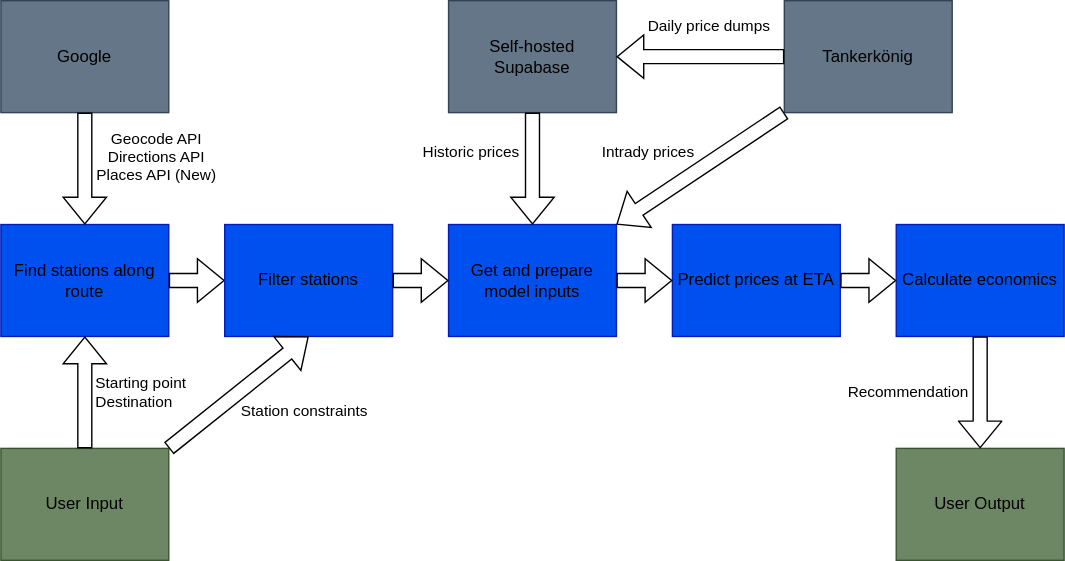
Above: structure_graphs/light_theme_workflow.drawio.svg in momade02/ds_project_main (draw.io), before the change. Source tidied: cells renumbered, new cells last; positions are measured from the earlier drawing's top-left corner, leaving out a move shared by most shapes.
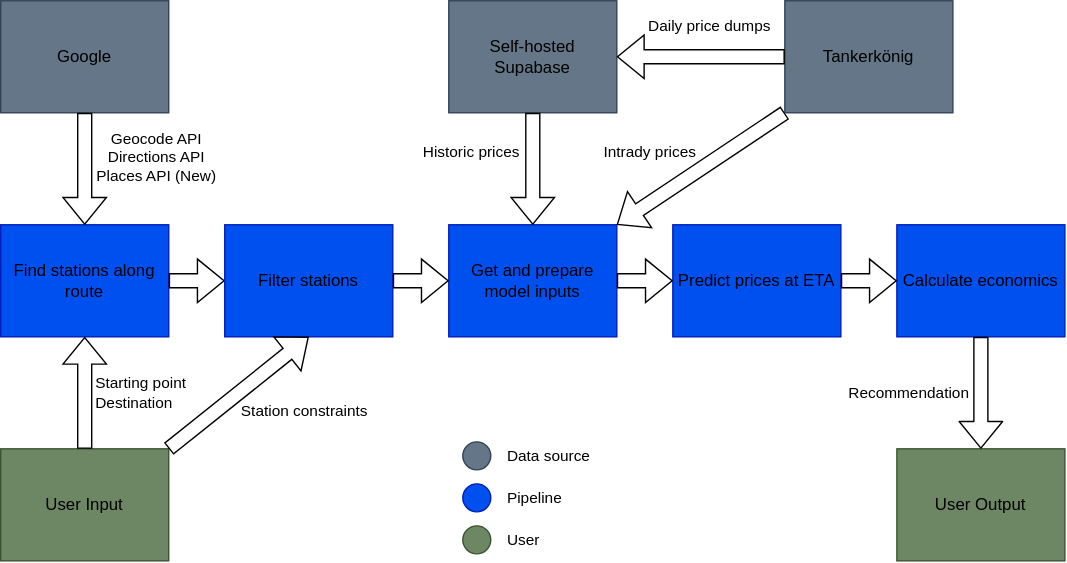
The same diagram one commit later.

Commit message:
Update light theme workflow SVG: Adjust dimensions, reposition text elements, and add new data source, pipeline, and user indicators

The edit, as a diff of the source:
```diff
@@ -78,5 +78,23 @@
     <mxCell id="24" value="Recommendation" style="shape=flexArrow;endArrow=classic;html=1;exitX=0.5;exitY=1;exitDx=0;exitDy=0;entryX=0.5;entryY=0;entryDx=0;entryDy=0;fontColor=#000000;labelBackgroundColor=none;labelPosition=left;verticalLabelPosition=middle;align=right;verticalAlign=middle;spacing=9;fillColor=none;" parent="1" edge="1" source="5" target="20">
       <mxGeometry relative="1" as="geometry" />
     </mxCell>
+    <mxCell id="25" style="ellipse;whiteSpace=wrap;html=1;fillColor=#647687;fontColor=#ffffff;strokeColor=#314354;" parent="1" vertex="1">
+      <mxGeometry x="330" y="315" width="20" height="20" as="geometry" />
+    </mxCell>
+    <mxCell id="26" style="ellipse;whiteSpace=wrap;html=1;fillColor=#0050ef;fontColor=#ffffff;strokeColor=#001DBC;" parent="1" vertex="1">
+      <mxGeometry x="330" y="345" width="20" height="20" as="geometry" />
+    </mxCell>
+    <mxCell id="27" style="ellipse;whiteSpace=wrap;html=1;fillColor=#6d8764;fontColor=#ffffff;strokeColor=#3A5431;" parent="1" vertex="1">
+      <mxGeometry x="330" y="375" width="20" height="20" as="geometry" />
+    </mxCell>
+    <mxCell id="28" value="Data source" style="text;html=1;align=left;verticalAlign=middle;whiteSpace=wrap;rounded=0;fontSize=11;fontColor=#000000;" parent="1" vertex="1">
+      <mxGeometry x="360" y="310" width="70" height="30" as="geometry" />
+    </mxCell>
+    <mxCell id="29" value="Pipeline" style="text;html=1;align=left;verticalAlign=middle;whiteSpace=wrap;rounded=0;fontSize=11;fontColor=#000000;" parent="1" vertex="1">
+      <mxGeometry x="360" y="340" width="70" height="30" as="geometry" />
+    </mxCell>
+    <mxCell id="30" value="User" style="text;html=1;align=left;verticalAlign=middle;whiteSpace=wrap;rounded=0;fontSize=11;fontColor=#000000;" parent="1" vertex="1">
+      <mxGeometry x="360" y="370" width="70" height="30" as="geometry" />
+    </mxCell>
   </root>
 </mxGraphModel>
```
